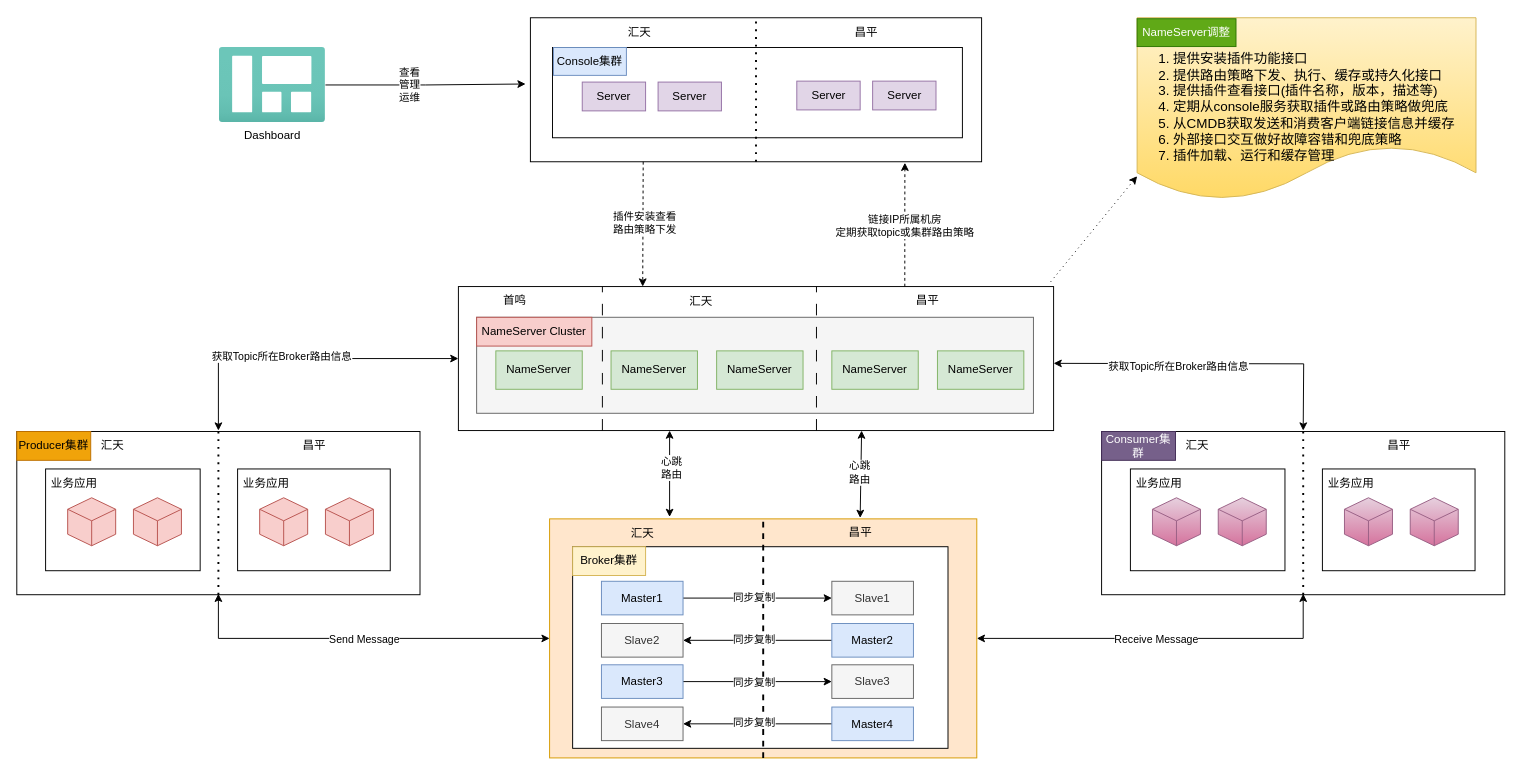
This is RMQ Client控制多活.drawio from qiangyin/zipkin-server, a draw.io file, before an edit. Source tidied: cells renumbered, new cells numbered last; positions are measured from the earlier drawing's top-left corner, leaving out a move shared by most shapes. Both pictures are drawn from the tidied source at 96%, with x=0, y=0 at pixel (16, 17).
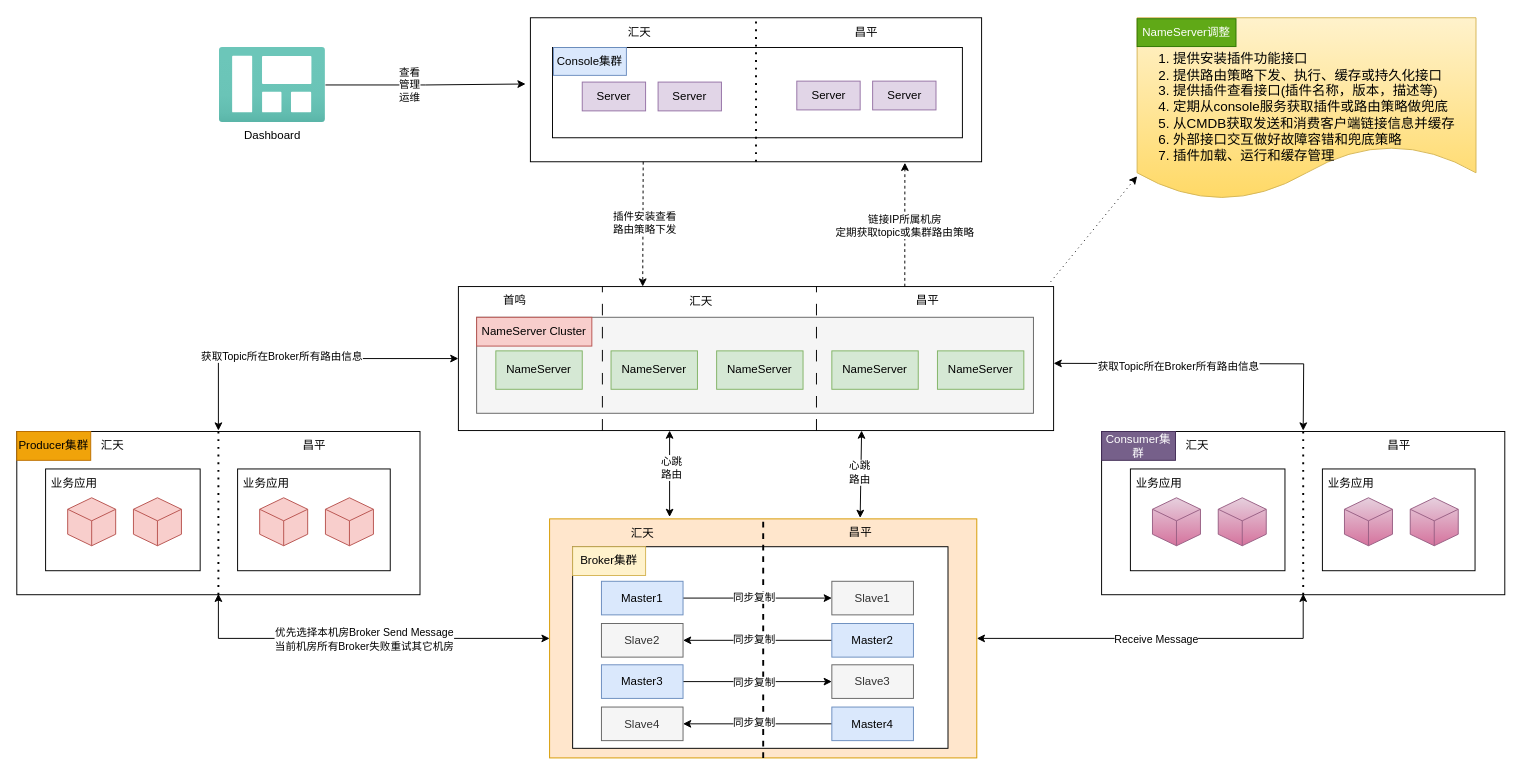
The same diagram, later.

Commit message:
更新RMQ Client控制多活.drawio

Unchanged cells that the change refers to:
```xml
<mxCell id="69" style="endArrow=classic;startArrow=classic;html=1;rounded=0;entryX=0;entryY=0.5;entryDx=0;entryDy=0;edgeStyle=orthogonalEdgeStyle;" parent="1" edge="1" target="3">
  <mxGeometry relative="1" as="geometry">
    <mxPoint x="210" y="430" as="sourcePoint" />
    <Array as="points">
      <mxPoint x="210" y="355" />
    </Array>
  </mxGeometry>
</mxCell>
<mxCell id="71" style="endArrow=classic;startArrow=classic;html=1;rounded=0;exitX=0;exitY=0.5;exitDx=0;exitDy=0;edgeStyle=orthogonalEdgeStyle;" parent="1" edge="1" source="14">
  <mxGeometry relative="1" as="geometry">
    <mxPoint x="210" y="600" as="targetPoint" />
    <Array as="points">
      <mxPoint x="210" y="647" />
    </Array>
  </mxGeometry>
</mxCell>
<mxCell id="86" style="endArrow=classic;startArrow=classic;html=1;rounded=0;edgeStyle=orthogonalEdgeStyle;" parent="1" edge="1">
  <mxGeometry relative="1" as="geometry">
    <mxPoint x="1080" y="360" as="sourcePoint" />
    <mxPoint x="1340" y="430" as="targetPoint" />
  </mxGeometry>
</mxCell>
```

What changed in the source:
```diff
@@
-    <mxCell id="70" value="获取Topic所在Broker路由信息" style="edgeLabel;html=1;align=center;verticalAlign=middle;" parent="69" vertex="1">
+    <mxCell id="70" value="获取Topic所在Broker所有路由信息" style="edgeLabel;html=1;align=center;verticalAlign=middle;" parent="69" vertex="1">
       <mxGeometry x="-0.14" y="3" relative="1" as="geometry" />
     </mxCell>
@@
-    <mxCell id="72" value="Send Message" style="edgeLabel;html=1;align=center;verticalAlign=middle;" parent="71" vertex="1">
+    <mxCell id="72" value="优先选择本机房Broker Send Message&lt;br&gt;当前机房所有Broker失败重试其它机房" style="edgeLabel;html=1;align=center;verticalAlign=middle;" parent="71" vertex="1">
       <mxGeometry x="-0.01" y="1" relative="1" as="geometry" />
     </mxCell>
@@
-    <mxCell id="87" value="获取Topic所在Broker路由信息" style="edgeLabel;html=1;align=center;verticalAlign=middle;" parent="86" vertex="1">
+    <mxCell id="87" value="获取Topic所在Broker所有路由信息" style="edgeLabel;html=1;align=center;verticalAlign=middle;" parent="86" vertex="1">
       <mxGeometry x="-0.21" y="-2" relative="1" as="geometry" />
     </mxCell>
```
